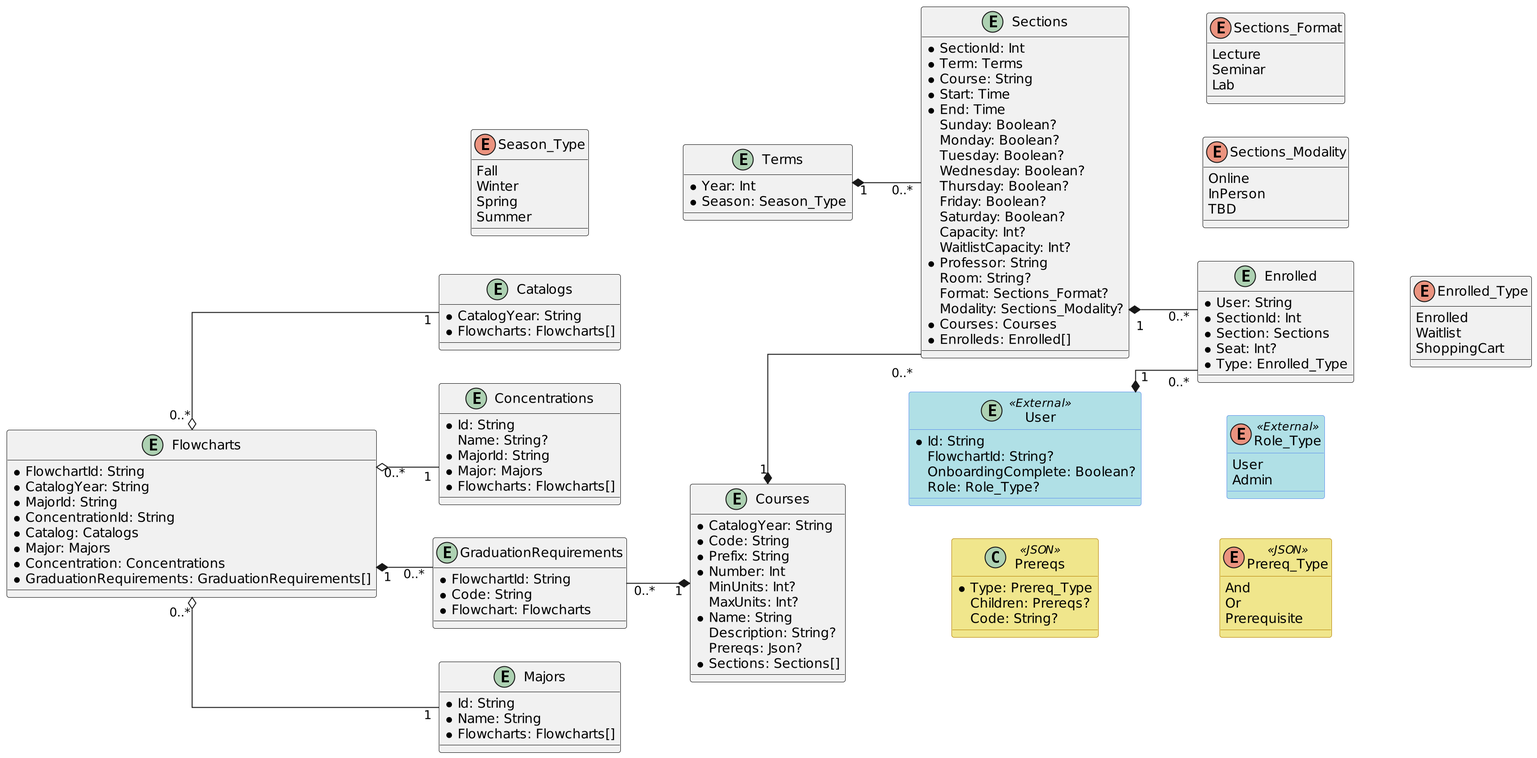
This is client/prisma/uml.png from IdoPesok/enroller, a PlantUML export, as it was before one commit. Source of this version:
```plantuml
@startuml uml
skinparam linetype ortho
skinparam Dpi 192

skinparam class {
  BackgroundColor<<External>> PowderBlue
  BorderColor<<External>> CornflowerBlue
  BackgroundColor<<JSON>> Khaki
  BorderColor<<JSON>> DarkGoldenRod
}

left to right direction

enum Sections_Format {
  Lecture
  Seminar
  Lab
}

enum Sections_Modality {
  Online
  InPerson
  TBD
}

enum Enrolled_Type {
  Enrolled
  Waitlist
  ShoppingCart
}

entity Courses {
  * CatalogYear: String
  * Code: String
  * Prefix: String
  * Number: Int
  MinUnits: Int?
  MaxUnits: Int?
  * Name: String
  Description: String?
  Prereqs: Json?
  * Sections: Sections[]
}

entity Enrolled {
  * User: String
  * SectionId: Int
  * Section: Sections
  * Seat: Int?
  * Type: Enrolled_Type
}

entity Terms {
  * Year: Int
  * Season: Season_Type
}

enum Season_Type {
  Fall
  Winter
  Spring
  Summer
}

entity Sections {
  * SectionId: Int
  * Term: Terms
  * Course: String
  * Start: Time
  * End: Time
  Sunday: Boolean?
  Monday: Boolean?
  Tuesday: Boolean?
  Wednesday: Boolean?
  Thursday: Boolean?
  Friday: Boolean?
  Saturday: Boolean?
  Capacity: Int?
  WaitlistCapacity: Int?
  * Professor: String
  Room: String?
  Format: Sections_Format?
  Modality: Sections_Modality?
  * Courses: Courses
  * Enrolleds: Enrolled[]
}

entity Flowcharts {
  * FlowchartId: String
  * CatalogYear: String
  * MajorId: String
  * ConcentrationId: String
  * Catalog: Catalogs
  * Major: Majors
  * Concentration: Concentrations
  * GraduationRequirements: GraduationRequirements[]
}

entity Catalogs {
  * CatalogYear: String
  * Flowcharts: Flowcharts[]
}

entity Concentrations {
  * Id: String
  Name: String?
  * MajorId: String
  * Major: Majors
  * Flowcharts: Flowcharts[]
}

entity GraduationRequirements {
  * FlowchartId: String
  * Code: String
  * Flowchart: Flowcharts
}

entity Majors {
  * Id: String
  * Name: String
  * Flowcharts: Flowcharts[]
}

entity User <<External>> {
  * Id: String
  FlowchartId: String?
  OnboardingComplete: Boolean?
  Role: Role_Type?
}

enum Role_Type <<External>> {
  User
  Admin
}

class Prereqs <<JSON>> {
  * Type: Prereq_Type
  Children: Prereqs?
  Code: String?
}

enum Prereq_Type <<JSON>> {
  And
  Or
  Prerequisite
}


Courses "1" *-- "0..*" Sections
Terms "1" *-- "0..*" Sections
Sections "1" *-- "0..*" Enrolled
Flowcharts "0..*" o-- "1" Catalogs
Flowcharts "0..*" o-- "1" Concentrations
Flowcharts "0..*" o-- "1" Majors
Flowcharts "1" *-- "0..*" GraduationRequirements
GraduationRequirements "0..*"  --* "1" Courses
User "1" *-- "0..*" Enrolled
Enrolled -[hidden]- Enrolled_Type
Sections -[hidden]- Sections_Format
Sections -[hidden]- Sections_Modality
User -[hidden]- Role_Type
Prereqs -[hidden]- Prereq_Type
Courses -[hidden]- Prereqs
Terms -up[hidden]- Season_Type

@enduml
```
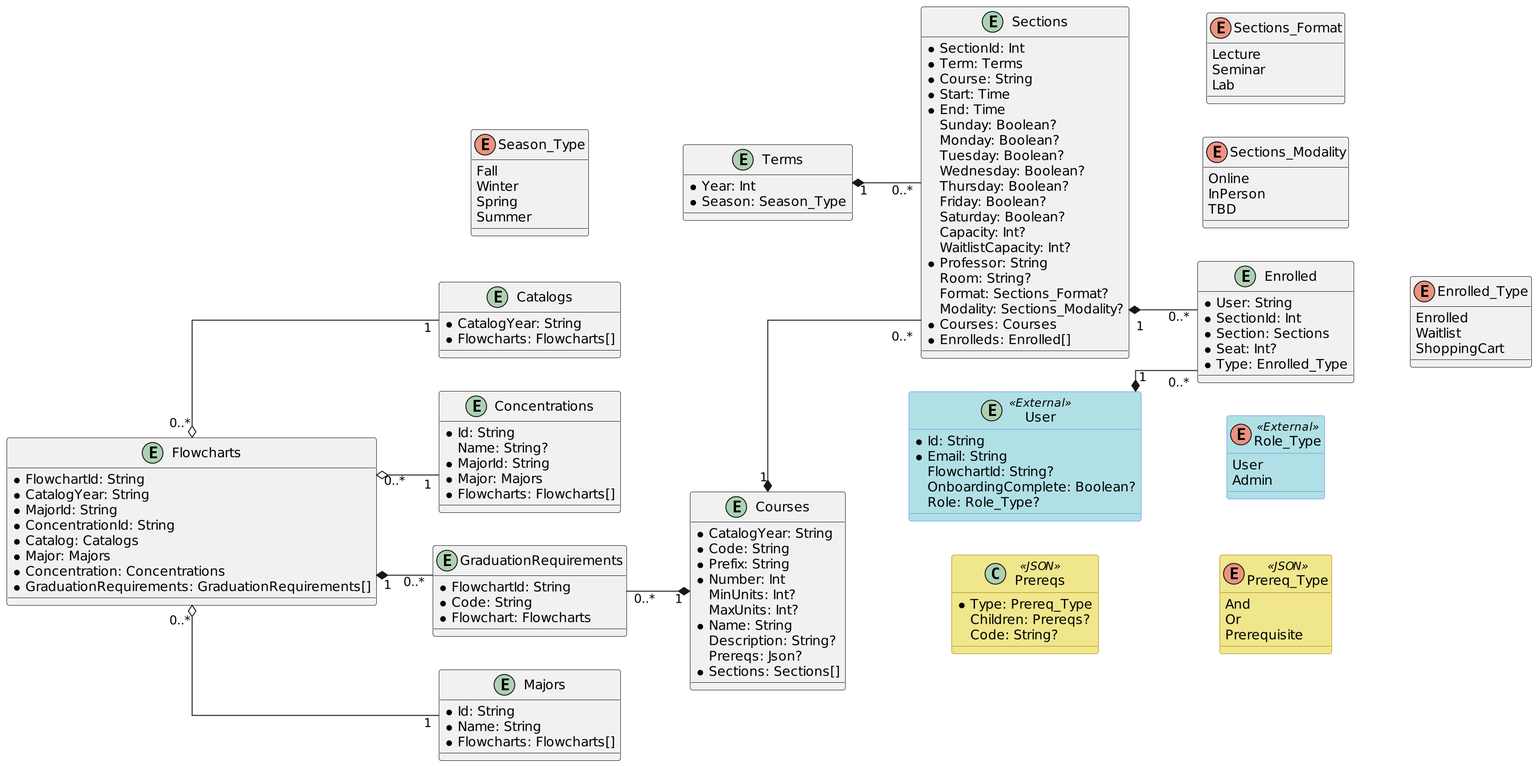
The same file after the commit.

Commit message:
Update DB UML Diagram

The edit, as a diff of the source:
```diff
@@ -123,6 +123,7 @@
 
 entity User <<External>> {
   * Id: String
+  * Email: String
   FlowchartId: String?
   OnboardingComplete: Boolean?
   Role: Role_Type?
```
